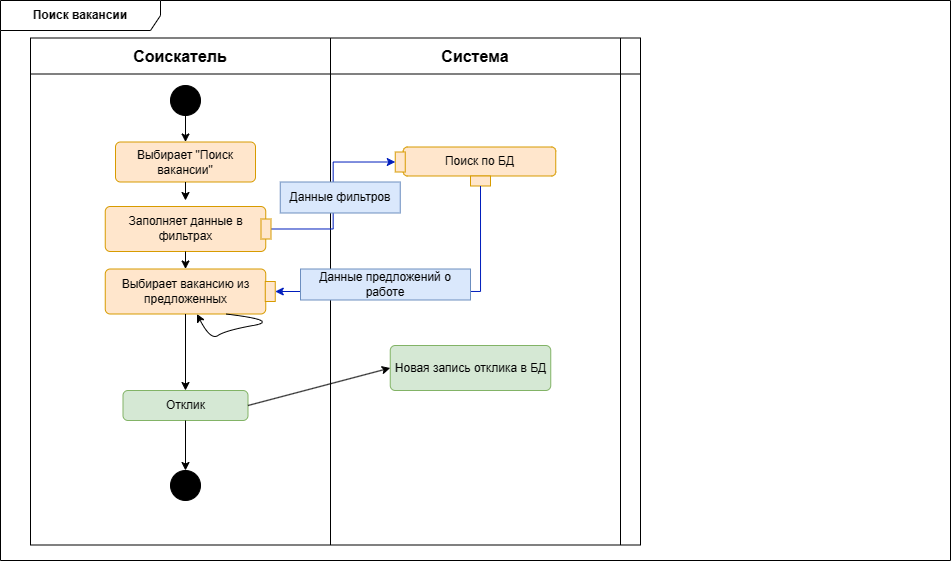
Above: activity_diagrams/Vacancy_searching.drawio.png in Reem-Almasri/Freelancer-SPM (draw.io), before the change. Source tidied: cells renumbered, new cells last; positions are measured from the earlier drawing's top-left corner, leaving out a move shared by most shapes.
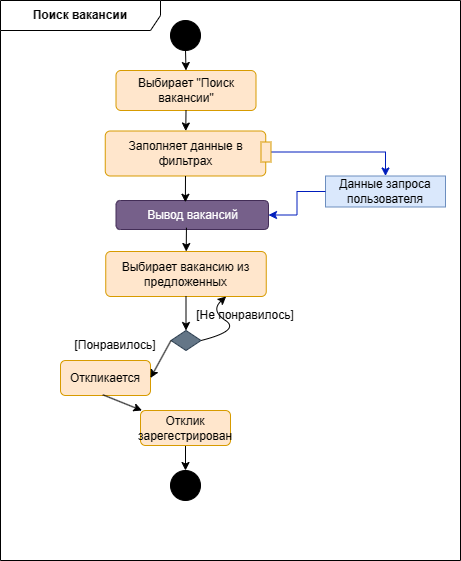
After the change.

Diff of the diagram source:
```diff
@@ -3,111 +3,84 @@
     <mxCell id="0" />
     <mxCell id="1" parent="0" />
     <mxCell id="2" value="&lt;b&gt;Поиск вакансии&lt;br&gt;&lt;/b&gt;" style="shape=umlFrame;whiteSpace=wrap;html=1;width=160;" parent="1" vertex="1">
-      <mxGeometry width="950" height="560" as="geometry" />
+      <mxGeometry width="460" height="560" as="geometry" />
     </mxCell>
-    <mxCell id="3" style="shape=table;startSize=0;fontSize=16;" parent="2" vertex="1">
-      <mxGeometry x="30" y="37.5" width="610" height="507" as="geometry" />
-    </mxCell>
-    <mxCell id="4" style="shape=tableRow;horizontal=0;startSize=0;swimlaneHead=0;swimlaneBody=0;strokeColor=inherit;top=0;left=0;bottom=0;right=0;fillColor=none;fontSize=16;" parent="3" vertex="1">
-      <mxGeometry width="610" height="36" as="geometry" />
-    </mxCell>
-    <mxCell id="5" value="&lt;b&gt;Соискатель&lt;/b&gt;" style="shape=partialRectangle;html=1;whiteSpace=wrap;strokeColor=inherit;overflow=hidden;fillColor=none;top=0;left=0;bottom=0;right=0;fontSize=16;" parent="4" vertex="1">
-      <mxGeometry width="300" height="36" as="geometry" />
-    </mxCell>
-    <mxCell id="6" value="&lt;b&gt;Система&lt;/b&gt;" style="shape=partialRectangle;html=1;whiteSpace=wrap;strokeColor=inherit;overflow=hidden;fillColor=none;top=0;left=0;bottom=0;right=0;fontSize=16;" parent="4" vertex="1">
-      <mxGeometry x="300" width="290" height="36" as="geometry" />
-    </mxCell>
-    <mxCell id="7" style="shape=partialRectangle;html=1;whiteSpace=wrap;strokeColor=inherit;overflow=hidden;fillColor=none;top=0;left=0;bottom=0;right=0;fontSize=16;" parent="4" vertex="1">
-      <mxGeometry x="590" width="20" height="36" as="geometry" />
-    </mxCell>
-    <mxCell id="8" style="shape=tableRow;horizontal=0;startSize=0;swimlaneHead=0;swimlaneBody=0;strokeColor=inherit;top=0;left=0;bottom=0;right=0;fillColor=none;fontSize=16;" parent="3" vertex="1">
-      <mxGeometry y="36" width="610" height="471" as="geometry" />
-    </mxCell>
-    <mxCell id="9" style="shape=partialRectangle;html=1;whiteSpace=wrap;strokeColor=inherit;overflow=hidden;fillColor=none;top=0;left=0;bottom=0;right=0;fontSize=16;" parent="8" vertex="1">
-      <mxGeometry width="300" height="471" as="geometry" />
-    </mxCell>
-    <mxCell id="10" style="shape=partialRectangle;html=1;whiteSpace=wrap;strokeColor=inherit;overflow=hidden;fillColor=none;top=0;left=0;bottom=0;right=0;fontSize=16;" parent="8" vertex="1">
-      <mxGeometry x="300" width="290" height="471" as="geometry" />
-    </mxCell>
-    <mxCell id="11" style="shape=partialRectangle;html=1;whiteSpace=wrap;strokeColor=inherit;overflow=hidden;fillColor=none;top=0;left=0;bottom=0;right=0;fontSize=16;" parent="8" vertex="1">
-      <mxGeometry x="590" width="20" height="471" as="geometry" />
-    </mxCell>
     <mxCell id="12" style="ellipse;fillColor=strokeColor;html=1;" parent="2" vertex="1">
-      <mxGeometry x="170" y="85" width="30" height="30" as="geometry" />
+      <mxGeometry x="170" y="20" width="30" height="30" as="geometry" />
     </mxCell>
-    <mxCell id="13" value="Поиск по БД" style="rounded=1;whiteSpace=wrap;html=1;fillColor=#ffe6cc;strokeColor=#d79b00;" parent="2" vertex="1">
-      <mxGeometry x="402.8" y="146.5" width="152.5" height="29" as="geometry" />
+    <mxCell id="13" value="Вывод вакансий" style="rounded=1;whiteSpace=wrap;html=1;fillColor=#76608a;strokeColor=#432D57;fontColor=#ffffff;" parent="2" vertex="1">
+      <mxGeometry x="115.5" y="200" width="152.5" height="29" as="geometry" />
     </mxCell>
-    <mxCell id="14" style="rounded=0;whiteSpace=wrap;html=1;fillColor=#ffe6cc;strokeColor=#d79b00;rotation=0;" parent="2" vertex="1">
-      <mxGeometry x="470" y="175.5" width="20" height="10" as="geometry" />
-    </mxCell>
     <mxCell id="15" value="Выбирает &quot;Поиск вакансии&quot;" style="html=1;align=center;verticalAlign=middle;rounded=1;absoluteArcSize=1;arcSize=10;dashed=0;whiteSpace=wrap;fillColor=#ffe6cc;strokeColor=#d79b00;" parent="2" vertex="1">
-      <mxGeometry x="115" y="141.5" width="140" height="40" as="geometry" />
+      <mxGeometry x="115.5" y="70" width="140" height="40" as="geometry" />
     </mxCell>
-    <mxCell id="16" style="endArrow=classic;html=1;rounded=0;exitX=0.5;exitY=1;exitDx=0;exitDy=0;" parent="2" edge="1" source="15">
-      <mxGeometry relative="1" as="geometry">
-        <mxPoint x="185" y="200" as="targetPoint" />
-      </mxGeometry>
+    <mxCell id="16" style="endArrow=classic;html=1;rounded=0;exitX=0.5;exitY=1;exitDx=0;exitDy=0;" parent="2" edge="1" source="15" target="18">
+      <mxGeometry relative="1" as="geometry" />
     </mxCell>
     <mxCell id="17" style="endArrow=classic;html=1;rounded=0;exitX=0.5;exitY=1;exitDx=0;exitDy=0;entryX=0.5;entryY=0;entryDx=0;entryDy=0;" parent="2" edge="1" source="12" target="15">
       <mxGeometry relative="1" as="geometry" />
     </mxCell>
     <mxCell id="18" value="Заполняет данные в фильтрах" style="html=1;align=center;verticalAlign=middle;rounded=1;absoluteArcSize=1;arcSize=10;dashed=0;whiteSpace=wrap;fillColor=#ffe6cc;strokeColor=#d79b00;" parent="2" vertex="1">
-      <mxGeometry x="104.8" y="206" width="160.5" height="45" as="geometry" />
+      <mxGeometry x="104.8" y="130.5" width="160.5" height="45" as="geometry" />
     </mxCell>
-    <mxCell id="19" style="rounded=0;whiteSpace=wrap;html=1;fillColor=#ffe6cc;strokeColor=#d79b00;rotation=-90;" parent="2" vertex="1">
-      <mxGeometry x="389.8" y="156.5" width="20" height="10" as="geometry" />
-    </mxCell>
-    <mxCell id="20" style="edgeStyle=orthogonalEdgeStyle;rounded=0;jettySize=auto;html=1;fillColor=#0050ef;strokeColor=#001DBC;exitX=0.5;exitY=1;exitDx=0;exitDy=0;entryX=0.5;entryY=0;entryDx=0;entryDy=0;" parent="2" edge="1" source="21" target="19">
+    <mxCell id="20" style="edgeStyle=orthogonalEdgeStyle;rounded=0;jettySize=auto;html=1;fillColor=#0050ef;strokeColor=#001DBC;exitX=0.5;exitY=1;exitDx=0;exitDy=0;" parent="2" edge="1" source="21" target="29">
       <mxGeometry relative="1" as="geometry" />
     </mxCell>
     <mxCell id="21" style="rounded=0;whiteSpace=wrap;html=1;fillColor=#ffe6cc;strokeColor=#d79b00;rotation=-90;" parent="2" vertex="1">
-      <mxGeometry x="255.5" y="223.5" width="20" height="10" as="geometry" />
+      <mxGeometry x="255.5" y="146.5" width="20" height="10" as="geometry" />
     </mxCell>
     <mxCell id="22" value="Выбирает вакансию из предложенных" style="html=1;align=center;verticalAlign=middle;rounded=1;absoluteArcSize=1;arcSize=10;dashed=0;whiteSpace=wrap;fillColor=#ffe6cc;strokeColor=#d79b00;" parent="2" vertex="1">
-      <mxGeometry x="104.8" y="268.5" width="160.5" height="45" as="geometry" />
+      <mxGeometry x="105.2" y="251" width="160.5" height="45" as="geometry" />
     </mxCell>
-    <mxCell id="23" style="endArrow=classic;html=1;rounded=0;exitX=0.5;exitY=1;exitDx=0;exitDy=0;" parent="2" edge="1" source="18" target="22">
+    <mxCell id="23" style="endArrow=classic;html=1;rounded=0;exitX=0.5;exitY=1;exitDx=0;exitDy=0;entryX=0.455;entryY=0.061;entryDx=0;entryDy=0;entryPerimeter=0;" parent="2" edge="1" source="18" target="13">
       <mxGeometry relative="1" as="geometry" />
     </mxCell>
-    <mxCell id="24" style="endArrow=classic;html=1;rounded=0;exitX=0.5;exitY=1;exitDx=0;exitDy=0;" parent="2" edge="1" source="22" target="26">
+    <mxCell id="24" style="endArrow=classic;html=1;rounded=0;exitX=0.5;exitY=1;exitDx=0;exitDy=0;" parent="2" edge="1" source="22" target="37">
       <mxGeometry relative="1" as="geometry" />
     </mxCell>
-    <mxCell id="25" style="curved=1;endArrow=classic;html=1;rounded=0;exitX=0.75;exitY=1;exitDx=0;exitDy=0;" parent="2" edge="1" source="22" target="22">
-      <mxGeometry relative="1" as="geometry">
-        <Array as="points">
-          <mxPoint x="280" y="320" />
-          <mxPoint x="225" y="330" />
-          <mxPoint x="210" y="340" />
-        </Array>
-      </mxGeometry>
-    </mxCell>
-    <mxCell id="26" value="Отклик" style="html=1;align=center;verticalAlign=middle;rounded=1;absoluteArcSize=1;arcSize=10;dashed=0;whiteSpace=wrap;fillColor=#d5e8d4;strokeColor=#82b366;" parent="2" vertex="1">
-      <mxGeometry x="122.5" y="390" width="125" height="30" as="geometry" />
-    </mxCell>
-    <mxCell id="27" value="Новая запись отклика в БД" style="html=1;align=center;verticalAlign=middle;rounded=1;absoluteArcSize=1;arcSize=10;dashed=0;whiteSpace=wrap;fillColor=#d5e8d4;strokeColor=#82b366;" parent="2" vertex="1">
-      <mxGeometry x="389.8" y="345" width="160.5" height="45" as="geometry" />
-    </mxCell>
-    <mxCell id="28" style="endArrow=classic;html=1;rounded=0;exitX=1;exitY=0.5;exitDx=0;exitDy=0;entryX=0;entryY=0.5;entryDx=0;entryDy=0;" parent="2" edge="1" source="26" target="27">
-      <mxGeometry relative="1" as="geometry" />
-    </mxCell>
-    <mxCell id="29" value="Данные фильтров" style="text;html=1;strokeColor=#6c8ebf;fillColor=#dae8fc;align=center;verticalAlign=middle;whiteSpace=wrap;rounded=0;" parent="2" vertex="1">
-      <mxGeometry x="279.8" y="181.5" width="120" height="31" as="geometry" />
+    <mxCell id="29" value="Данные запроса пользователя" style="text;html=1;strokeColor=#6c8ebf;fillColor=#dae8fc;align=center;verticalAlign=middle;whiteSpace=wrap;rounded=0;" parent="2" vertex="1">
+      <mxGeometry x="325" y="175.5" width="120" height="31" as="geometry" />
     </mxCell>
-    <mxCell id="30" style="edgeStyle=orthogonalEdgeStyle;rounded=0;jettySize=auto;html=1;fillColor=#0050ef;strokeColor=#001DBC;exitX=0.5;exitY=1;exitDx=0;exitDy=0;entryX=0.5;entryY=1;entryDx=0;entryDy=0;" parent="2" edge="1" source="14" target="31">
-      <mxGeometry relative="1" as="geometry" />
-    </mxCell>
-    <mxCell id="31" style="rounded=0;whiteSpace=wrap;html=1;fillColor=#ffe6cc;strokeColor=#d79b00;rotation=-90;" parent="2" vertex="1">
-      <mxGeometry x="259.8" y="286" width="20" height="10" as="geometry" />
-    </mxCell>
-    <mxCell id="32" value="Данные предложений о работе" style="text;html=1;strokeColor=#6c8ebf;fillColor=#dae8fc;align=center;verticalAlign=middle;whiteSpace=wrap;rounded=0;" parent="2" vertex="1">
-      <mxGeometry x="300" y="268.5" width="170" height="31" as="geometry" />
-    </mxCell>
     <mxCell id="33" style="ellipse;fillColor=strokeColor;html=1;" parent="2" vertex="1">
       <mxGeometry x="170" y="470" width="30" height="30" as="geometry" />
     </mxCell>
-    <mxCell id="34" style="endArrow=classic;html=1;rounded=0;exitX=0.5;exitY=1;exitDx=0;exitDy=0;" parent="2" edge="1" source="26" target="33">
+    <mxCell id="34" style="endArrow=classic;html=1;rounded=0;" parent="2" edge="1" source="44" target="33">
       <mxGeometry relative="1" as="geometry" />
     </mxCell>
+    <mxCell id="35" style="edgeStyle=orthogonalEdgeStyle;rounded=0;jettySize=auto;html=1;fillColor=#0050ef;strokeColor=#001DBC;exitX=0;exitY=0.5;exitDx=0;exitDy=0;entryX=1;entryY=0.5;entryDx=0;entryDy=0;" parent="2" edge="1" source="29" target="13">
+      <mxGeometry relative="1" as="geometry" />
+    </mxCell>
+    <mxCell id="36" style="endArrow=classic;html=1;rounded=0;exitX=0.462;exitY=0.939;exitDx=0;exitDy=0;exitPerimeter=0;" parent="2" edge="1" source="13" target="22">
+      <mxGeometry relative="1" as="geometry" />
+    </mxCell>
+    <mxCell id="37" style="rhombus;whiteSpace=wrap;html=1;fillColor=#647687;fontColor=#ffffff;strokeColor=#314354;" parent="2" vertex="1">
+      <mxGeometry x="170.5" y="330" width="30" height="20" as="geometry" />
+    </mxCell>
+    <mxCell id="38" style="curved=1;endArrow=classic;html=1;rounded=0;exitX=1;exitY=0.5;exitDx=0;exitDy=0;entryX=0.75;entryY=1;entryDx=0;entryDy=0;" parent="2" edge="1" source="37" target="22">
+      <mxGeometry relative="1" as="geometry">
+        <Array as="points">
+          <mxPoint x="240" y="330" />
+          <mxPoint x="210" y="310" />
+        </Array>
+      </mxGeometry>
+    </mxCell>
+    <mxCell id="39" value="[Не понравилось]" style="text;html=1;strokeColor=none;fillColor=none;align=center;verticalAlign=middle;whiteSpace=wrap;rounded=0;" parent="2" vertex="1">
+      <mxGeometry x="190" y="300" width="110" height="30" as="geometry" />
+    </mxCell>
+    <mxCell id="40" value="Откликается" style="html=1;align=center;verticalAlign=middle;rounded=1;absoluteArcSize=1;arcSize=10;dashed=0;whiteSpace=wrap;fillColor=#ffe6cc;strokeColor=#d79b00;" parent="2" vertex="1">
+      <mxGeometry x="60" y="360" width="90" height="35" as="geometry" />
+    </mxCell>
+    <mxCell id="41" style="endArrow=classic;html=1;rounded=0;exitX=0;exitY=0.5;exitDx=0;exitDy=0;entryX=1;entryY=0.5;entryDx=0;entryDy=0;" parent="2" edge="1" source="37" target="40">
+      <mxGeometry relative="1" as="geometry" />
+    </mxCell>
+    <mxCell id="42" value="[Понравилось]" style="text;html=1;strokeColor=none;fillColor=none;align=center;verticalAlign=middle;whiteSpace=wrap;rounded=0;" parent="2" vertex="1">
+      <mxGeometry x="60" y="330" width="110" height="30" as="geometry" />
+    </mxCell>
+    <mxCell id="43" style="endArrow=classic;html=1;rounded=0;exitX=0.47;exitY=0.979;exitDx=0;exitDy=0;exitPerimeter=0;" parent="2" edge="1" source="40" target="44">
+      <mxGeometry relative="1" as="geometry" />
+    </mxCell>
+    <mxCell id="44" value="Отклик зарегестрирован" style="html=1;align=center;verticalAlign=middle;rounded=1;absoluteArcSize=1;arcSize=10;dashed=0;whiteSpace=wrap;fillColor=#ffe6cc;strokeColor=#d79b00;" parent="2" vertex="1">
+      <mxGeometry x="140" y="410" width="90" height="35" as="geometry" />
+    </mxCell>
   </root>
 </mxGraphModel>
```
